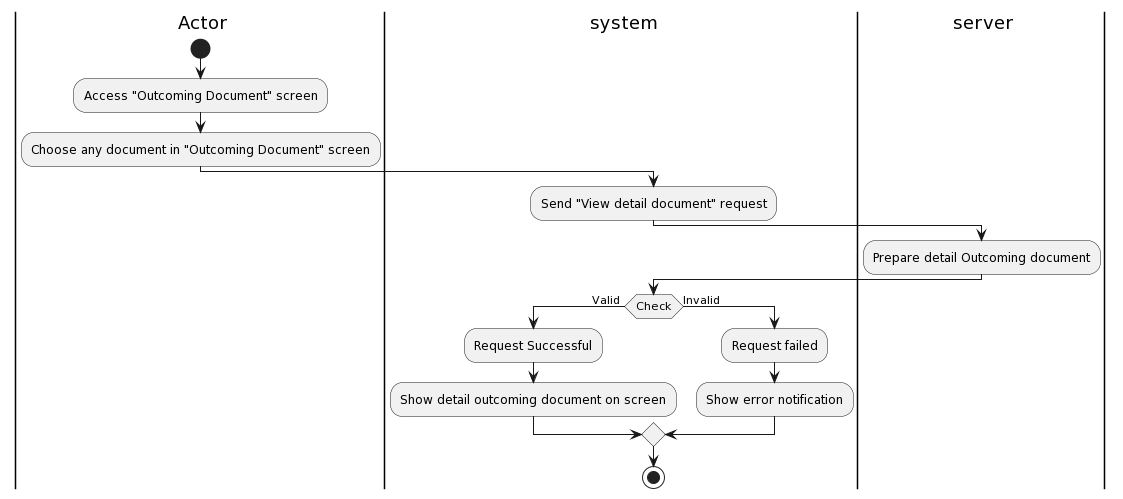
Before: Lab1/Lab1.2/Activity Diagram/OutcomingDocument/ViewOutcomingDocumentdetail/ViewOutcomingDocumentdetail.png, a diagram exported from PlantUML (khoapham1003/SE357-Pratice-class). Source of this version:
```plantuml
@startuml
|a| Actor
|sys| system
|ser| server
|a|
start
:Access "Outcoming Document" screen;
:Choose any document in "Outcoming Document" screen;
|sys|
:Send "View detail document" request;
|ser|
:Prepare detail Outcoming document;
|sys|
if(Check) then (Valid )
:Request Successful;
:Show detail outcoming document on screen;
else (Invalid)
|sys|
:Request failed;
:Show error notification;


endif

stop
@enduml
```
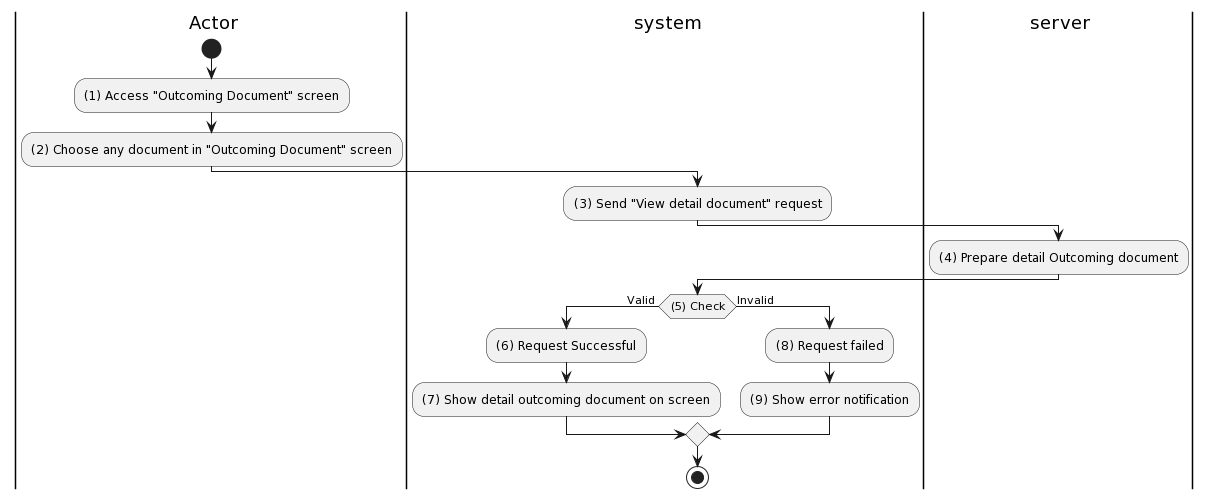
Later version of the same file.

The edit, as a diff of the source:
```diff
@@ -4,20 +4,20 @@
 |ser| server
 |a|
 start
-:Access "Outcoming Document" screen;
-:Choose any document in "Outcoming Document" screen;
+:(1) Access "Outcoming Document" screen;
+:(2) Choose any document in "Outcoming Document" screen;
 |sys|
-:Send "View detail document" request;
+:(3) Send "View detail document" request;
 |ser|
-:Prepare detail Outcoming document;
+:(4) Prepare detail Outcoming document;
 |sys|
-if(Check) then (Valid )
-:Request Successful;
-:Show detail outcoming document on screen;
+if((5) Check) then (Valid )
+:(6) Request Successful;
+:(7) Show detail outcoming document on screen;
 else (Invalid)
 |sys|
-:Request failed;
-:Show error notification;
+:(8) Request failed;
+:(9) Show error notification;
 
 
 endif
```
